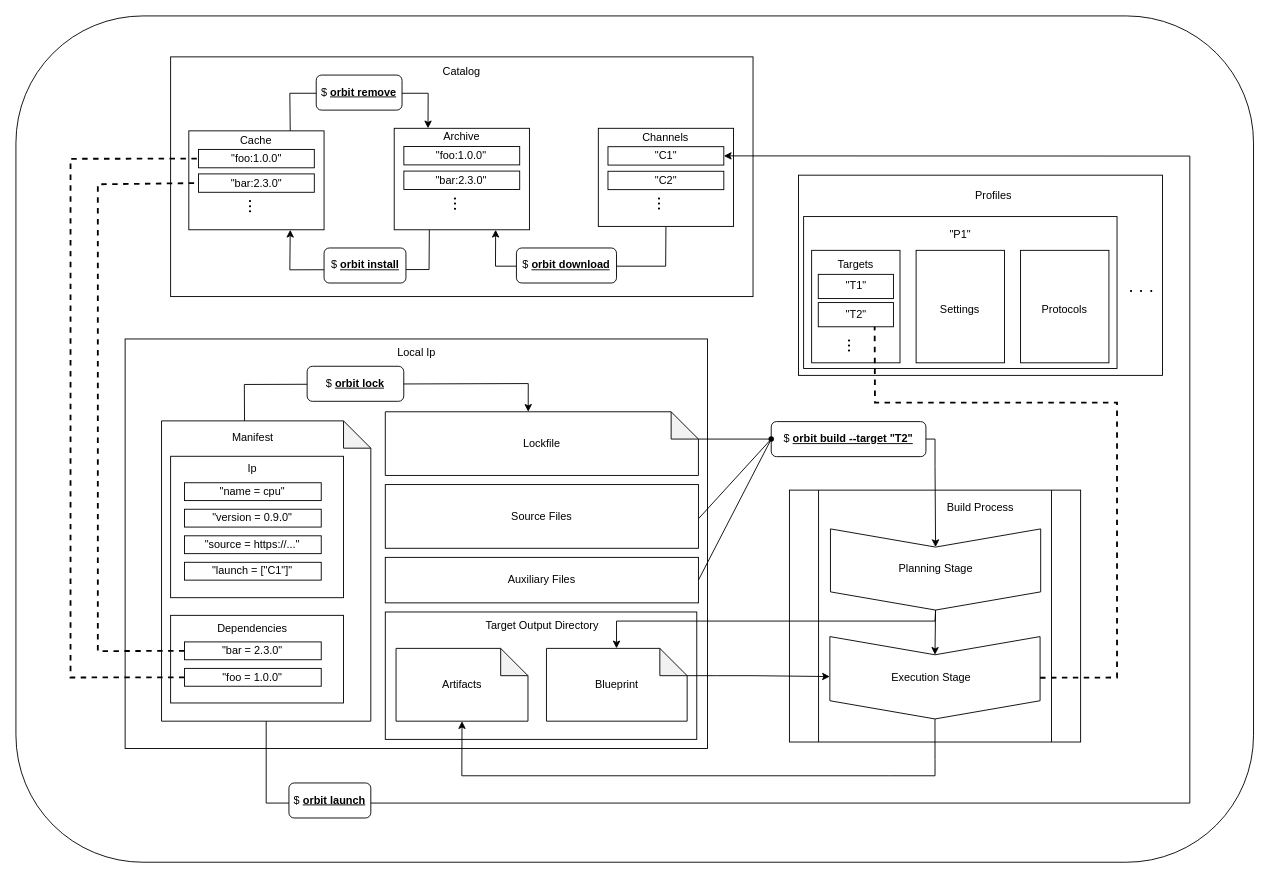
This is docs/src/diagrams/architecture.drawio from chaseruskin/orbit, a draw.io file, before an edit. Source tidied: cells renumbered, new cells numbered last; positions are measured from the earlier drawing's top-left corner, leaving out a move shared by most shapes. Both pictures are drawn from the tidied source at 91%, with x=0, y=0 at pixel (15, 15).
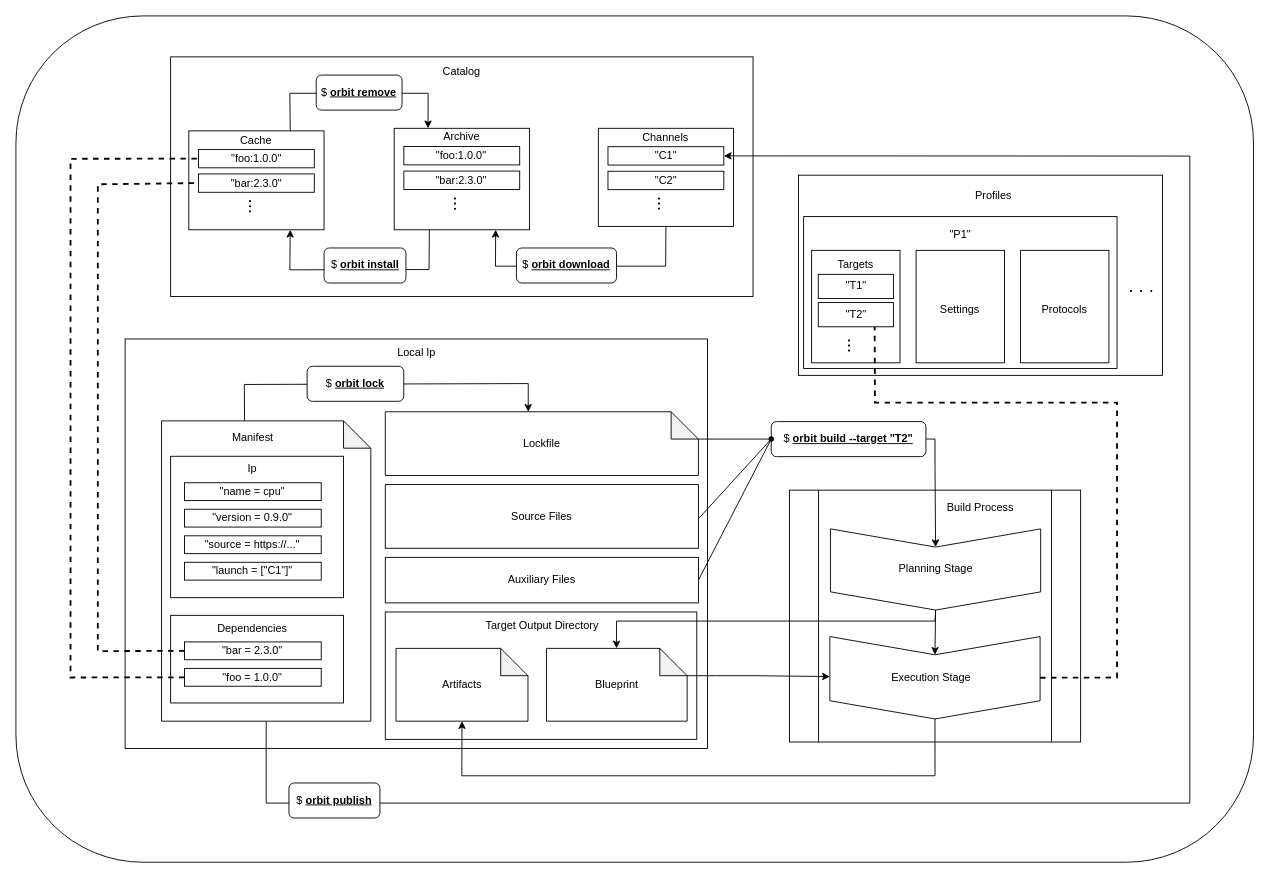
Above is the later version.

Diff of the diagram source:
```diff
@@
-    <mxCell id="71" value="$ &lt;b&gt;&lt;u&gt;orbit launch&lt;/u&gt;&lt;/b&gt;" style="rounded=1;whiteSpace=wrap;html=1;fontSize=12;" parent="1" vertex="1">
-      <mxGeometry x="300" y="842.9" width="90" height="38.5" as="geometry" />
+    <mxCell id="71" value="$ &lt;b&gt;&lt;u&gt;orbit publish&lt;/u&gt;&lt;/b&gt;" style="rounded=1;whiteSpace=wrap;html=1;fontSize=12;" parent="1" vertex="1">
+      <mxGeometry x="300" y="842.9" width="100" height="38.5" as="geometry" />
     </mxCell>
```
